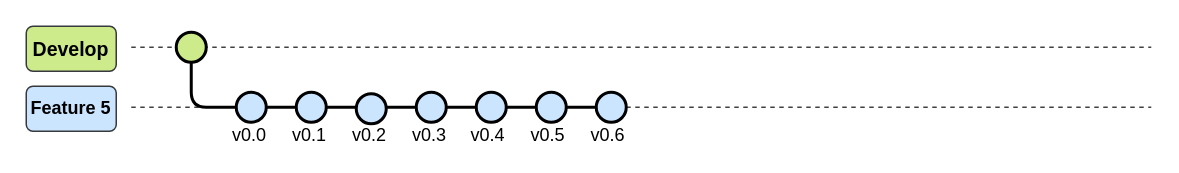
Before: page "Feature5" (2 of 2) of 03_ImagenesRepo/01_GitFlow.drawio in LEOSZ8/Tesis_Msc_LSZ, a draw.io diagram. Source tidied: cells renumbered, new cells numbered last; positions are measured from the earlier drawing's top-left corner, leaving out a move shared by most shapes. Both pictures are drawn from the tidied source at 150%, with x=0, y=0 at pixel (26, 26).
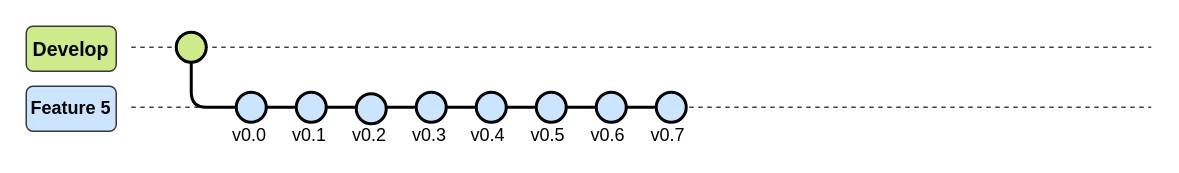
After the change.

Unchanged cells that the change refers to:
```xml
<mxCell id="26" style="ellipse;whiteSpace=wrap;html=1;fillColor=#cce5ff;strokeColor=#000000;strokeWidth=2;" parent="1" vertex="1">
  <mxGeometry x="380" y="44" width="20" height="20" as="geometry" />
</mxCell>
```

Change to the diagram source:
```diff
@@
+    <mxCell id="28" style="edgeStyle=orthogonalEdgeStyle;rounded=0;jettySize=auto;html=1;endArrow=none;startFill=0;strokeWidth=2;" parent="1" edge="1" source="26" target="29">
+      <mxGeometry relative="1" as="geometry" />
+    </mxCell>
@@
+    <mxCell id="29" style="ellipse;whiteSpace=wrap;html=1;fillColor=#cce5ff;strokeColor=#000000;strokeWidth=2;" parent="1" vertex="1">
+      <mxGeometry x="420" y="44" width="20" height="20" as="geometry" />
+    </mxCell>
+    <mxCell id="30" value="v0.7" style="text;html=1;align=center;verticalAlign=middle;whiteSpace=wrap;rounded=0;" parent="1" vertex="1">
+      <mxGeometry x="413" y="67" width="30" height="12" as="geometry" />
+    </mxCell>
```
